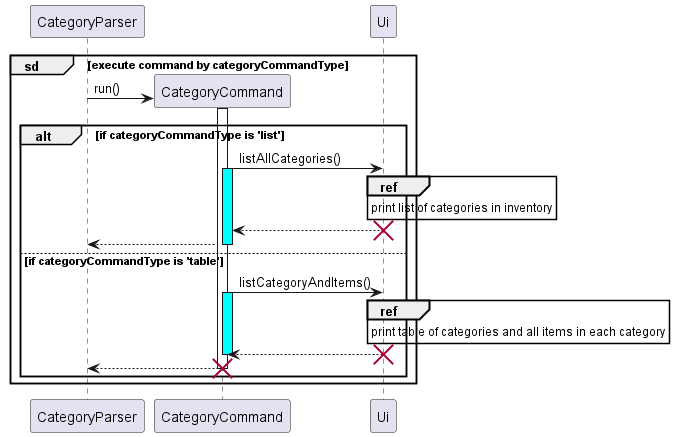
Earlier version of the PlantUML export docs/UML/Category/CategoryCommand.png (nus-cs2113-AY2223S2/tp). Its diagram source:
```plantuml
@startuml

participant CategoryParser


group sd [execute command by categoryCommandType]

     CategoryParser -> CategoryCommand**: run()
     participant Ui
     activate CategoryCommand
     alt if categoryCommandType is 'list'
        CategoryCommand -> Ui: listAllCategories()
        activate CategoryCommand #cyan
        ref over Ui
            print list of categories in inventory
        end ref
        return
        destroy Ui
        return
     else if categoryCommandType is 'table'
        CategoryCommand -> Ui: listCategoryAndItems()
        activate CategoryCommand #cyan
        ref over Ui
            print table of categories and all items in each category
        end ref
        return
        destroy Ui
        deactivate CategoryCommand #cyan
        CategoryCommand --> CategoryParser
        destroy CategoryCommand
     end

end
@enduml
```
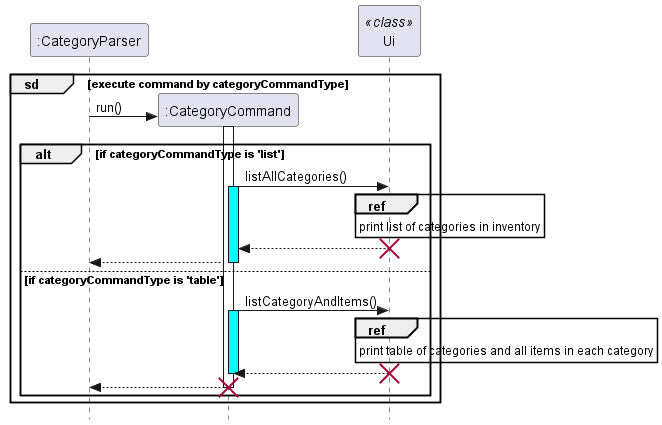
Later version of the same file.

Diff of the diagram source:
```diff
@@ -1,16 +1,15 @@
 @startuml
 
-participant CategoryParser
+participant ":CategoryParser"
 
-
+skinparam style strictuml
 group sd [execute command by categoryCommandType]
-
-     CategoryParser -> CategoryCommand**: run()
-     participant Ui
-     activate CategoryCommand
+     ":CategoryParser" -> ":CategoryCommand"**: run()
+     participant "Ui" <<class>>
+     activate ":CategoryCommand"
      alt if categoryCommandType is 'list'
-        CategoryCommand -> Ui: listAllCategories()
-        activate CategoryCommand #cyan
+        ":CategoryCommand" -> Ui: listAllCategories()
+        activate ":CategoryCommand" #cyan
         ref over Ui
             print list of categories in inventory
         end ref
@@ -18,16 +17,16 @@
         destroy Ui
         return
      else if categoryCommandType is 'table'
-        CategoryCommand -> Ui: listCategoryAndItems()
-        activate CategoryCommand #cyan
+        ":CategoryCommand" -> Ui: listCategoryAndItems()
+        activate ":CategoryCommand" #cyan
         ref over Ui
             print table of categories and all items in each category
         end ref
         return
         destroy Ui
-        deactivate CategoryCommand #cyan
-        CategoryCommand --> CategoryParser
-        destroy CategoryCommand
+        deactivate ":CategoryCommand" #cyan
+        ":CategoryCommand" --> ":CategoryParser"
+        destroy ":CategoryCommand"
      end
 
 end
```
